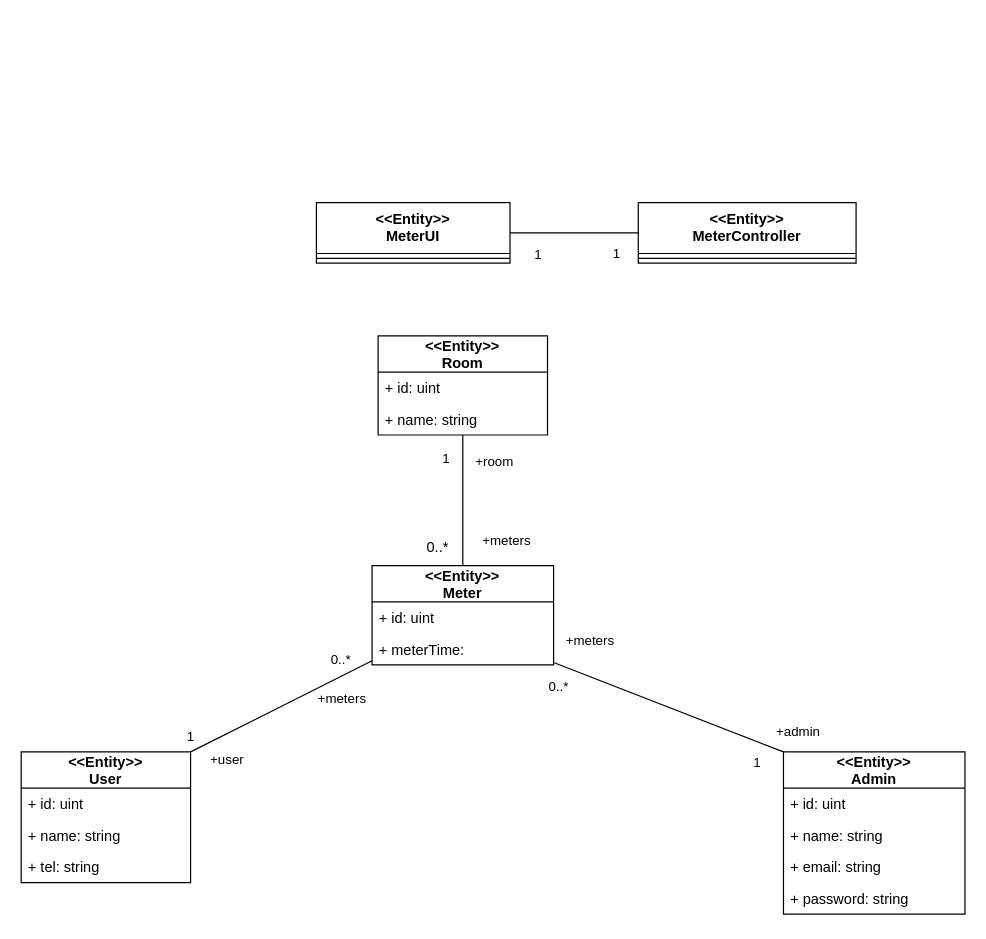
Before: page "Classmeter" (8 of 12) of SE.drawio in nunpromporn/SE, a draw.io diagram. Source tidied: cells renumbered, new cells numbered last; positions are measured from the earlier drawing's top-left corner, leaving out a move shared by most shapes. Both pictures are drawn from the tidied source at 121%, with x=0, y=0 at pixel (21, 202).
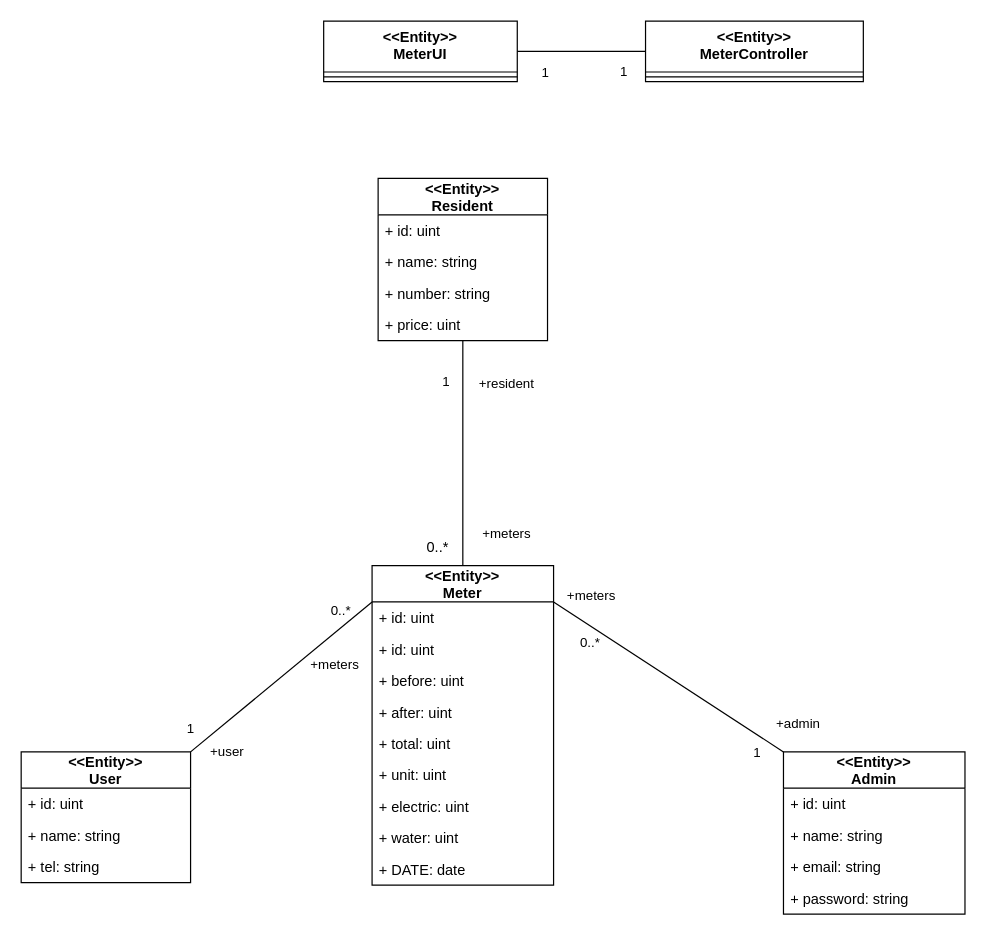
Above is the later version.

Unchanged cells that the change refers to:
```xml
<mxCell id="6" value="&lt;&lt;Entity&gt;&gt;&#10;User" style="swimlane;fontStyle=1;horizontal=1;startSize=30;fillColor=none;" parent="1" vertex="1">
  <mxGeometry y="453.9" width="140" height="108" as="geometry" />
</mxCell>
<mxCell id="13" value="&lt;&lt;Entity&gt;&gt;&#10;Admin" style="swimlane;fontStyle=1;horizontal=1;startSize=30;fillColor=none;" parent="1" vertex="1">
  <mxGeometry x="630" y="453.9" width="150" height="134" as="geometry" />
</mxCell>
<mxCell id="33" value="+ name: string" style="text;strokeColor=none;fillColor=none;align=left;verticalAlign=top;spacingLeft=4;spacingRight=4;overflow=hidden;points=[[0,0.5],[1,0.5]];portConstraint=eastwest;" parent="31" vertex="1">
  <mxGeometry y="56" width="140" height="26" as="geometry" />
</mxCell>
```

The edit, as a diff of the source:
```diff
@@
     <mxCell id="2" value="&lt;&lt;Entity&gt;&gt;&#10;MeterUI" style="swimlane;fontStyle=1;align=center;verticalAlign=top;horizontal=1;startSize=42;" parent="1" vertex="1">
-      <mxGeometry x="244" width="160" height="50" as="geometry" />
+      <mxGeometry x="250" y="-150" width="160" height="50" as="geometry" />
     </mxCell>
@@
     <mxCell id="4" value="&lt;&lt;Entity&gt;&gt;&#10;MeterController" style="swimlane;fontStyle=1;align=center;verticalAlign=top;horizontal=1;startSize=42;" parent="1" vertex="1">
-      <mxGeometry x="510" width="180" height="50" as="geometry" />
+      <mxGeometry x="516" y="-150" width="180" height="50" as="geometry" />
     </mxCell>
@@
     <mxCell id="10" value="&lt;&lt;Entity&gt;&gt;&#10;Meter" style="swimlane;fontStyle=1;horizontal=1;startSize=30;fillColor=none;" parent="1" vertex="1">
-      <mxGeometry x="290" y="300" width="150" height="82" as="geometry" />
+      <mxGeometry x="290" y="300" width="150" height="264" as="geometry" />
     </mxCell>
@@
+    <mxCell id="39" value="+ id: uint" style="text;strokeColor=none;fillColor=none;align=left;verticalAlign=top;spacingLeft=4;spacingRight=4;overflow=hidden;" parent="10" vertex="1">
+      <mxGeometry y="56" width="150" height="26" as="geometry" />
+    </mxCell>
-    <mxCell id="12" value="+ meterTime: " style="text;strokeColor=none;fillColor=none;align=left;verticalAlign=top;spacingLeft=4;spacingRight=4;overflow=hidden;" parent="10" vertex="1">
-      <mxGeometry y="56" width="150" height="26" as="geometry" />
+    <mxCell id="12" value="+ before: uint " style="text;strokeColor=none;fillColor=none;align=left;verticalAlign=top;spacingLeft=4;spacingRight=4;overflow=hidden;" parent="10" vertex="1">
+      <mxGeometry y="82" width="150" height="26" as="geometry" />
     </mxCell>
+    <mxCell id="40" value="+ after: uint " style="text;strokeColor=none;fillColor=none;align=left;verticalAlign=top;spacingLeft=4;spacingRight=4;overflow=hidden;" parent="10" vertex="1">
+      <mxGeometry y="108" width="150" height="26" as="geometry" />
+    </mxCell>
+    <mxCell id="41" value="+ total: uint " style="text;strokeColor=none;fillColor=none;align=left;verticalAlign=top;spacingLeft=4;spacingRight=4;overflow=hidden;" parent="10" vertex="1">
+      <mxGeometry y="134" width="150" height="26" as="geometry" />
+    </mxCell>
+    <mxCell id="42" value="+ unit: uint " style="text;strokeColor=none;fillColor=none;align=left;verticalAlign=top;spacingLeft=4;spacingRight=4;overflow=hidden;" parent="10" vertex="1">
+      <mxGeometry y="160" width="150" height="26" as="geometry" />
+    </mxCell>
+    <mxCell id="43" value="+ electric: uint " style="text;strokeColor=none;fillColor=none;align=left;verticalAlign=top;spacingLeft=4;spacingRight=4;overflow=hidden;" parent="10" vertex="1">
+      <mxGeometry y="186" width="150" height="26" as="geometry" />
+    </mxCell>
+    <mxCell id="44" value="+ water: uint " style="text;strokeColor=none;fillColor=none;align=left;verticalAlign=top;spacingLeft=4;spacingRight=4;overflow=hidden;" parent="10" vertex="1">
+      <mxGeometry y="212" width="150" height="26" as="geometry" />
+    </mxCell>
+    <mxCell id="45" value="+ DATE: date" style="text;strokeColor=none;fillColor=none;align=left;verticalAlign=top;spacingLeft=4;spacingRight=4;overflow=hidden;" parent="10" vertex="1">
+      <mxGeometry y="238" width="150" height="26" as="geometry" />
+    </mxCell>
@@
-    <mxCell id="21" style="html=1;endArrow=none;elbow=vertical;rounded=1;exitX=1;exitY=0;exitDx=0;exitDy=0;" parent="1" edge="1" source="6" target="10">
-      <mxGeometry relative="1" as="geometry" />
+    <mxCell id="21" style="html=1;endArrow=none;elbow=vertical;rounded=1;exitX=1;exitY=0;exitDx=0;exitDy=0;" parent="1" edge="1" source="6">
+      <mxGeometry relative="1" as="geometry">
+        <mxPoint x="290" y="330" as="targetPoint" />
+      </mxGeometry>
     </mxCell>
@@
     <mxCell id="25" value="+meters" style="edgeLabel;html=1;align=center;verticalAlign=middle;" parent="21" vertex="1">
       <mxGeometry x="0.67" y="2" relative="1" as="geometry">
-        <mxPoint y="20" as="offset" />
+        <mxPoint x="-5" y="32" as="offset" />
       </mxGeometry>
     </mxCell>
     <mxCell id="26" style="html=1;endArrow=none;elbow=vertical;rounded=1;entryX=0;entryY=0;entryDx=0;entryDy=0;" parent="1" edge="1" target="13">
       <mxGeometry relative="1" as="geometry">
-        <mxPoint x="440" y="380" as="sourcePoint" />
+        <mxPoint x="440" y="330" as="sourcePoint" />
       </mxGeometry>
     </mxCell>
     <mxCell id="27" value="0..*" style="edgeLabel;html=1;align=center;verticalAlign=middle;" parent="26" vertex="1">
       <mxGeometry x="-0.65" relative="1" as="geometry">
-        <mxPoint x="-30" y="6" as="offset" />
+        <mxPoint x="-4" y="12" as="offset" />
       </mxGeometry>
     </mxCell>
@@
-    <mxCell id="31" value="&lt;&lt;Entity&gt;&gt;&#10;Room" style="swimlane;fontStyle=1;horizontal=1;startSize=30;fillColor=none;" parent="1" vertex="1">
-      <mxGeometry x="295" y="110" width="140" height="82" as="geometry" />
+    <mxCell id="31" value="&lt;&lt;Entity&gt;&gt;&#10;Resident" style="swimlane;fontStyle=1;horizontal=1;startSize=30;fillColor=none;" parent="1" vertex="1">
+      <mxGeometry x="295" y="-20" width="140" height="134" as="geometry" />
     </mxCell>
@@
+    <mxCell id="46" value="+ number: string" style="text;strokeColor=none;fillColor=none;align=left;verticalAlign=top;spacingLeft=4;spacingRight=4;overflow=hidden;" parent="31" vertex="1">
+      <mxGeometry y="82" width="140" height="26" as="geometry" />
+    </mxCell>
+    <mxCell id="47" value="+ price: uint" style="text;strokeColor=none;fillColor=none;align=left;verticalAlign=top;spacingLeft=4;spacingRight=4;overflow=hidden;points=[[0,0.5],[1,0.5]];portConstraint=eastwest;" parent="31" vertex="1">
+      <mxGeometry y="108" width="140" height="26" as="geometry" />
+    </mxCell>
-    <mxCell id="34" style="html=1;endArrow=none;elbow=vertical;rounded=1;exitX=0.5;exitY=0;exitDx=0;exitDy=0;" parent="1" edge="1" source="10" target="33">
+    <mxCell id="34" style="html=1;endArrow=none;elbow=vertical;rounded=1;exitX=0.5;exitY=0;exitDx=0;exitDy=0;" parent="1" edge="1" source="10" target="47">
       <mxGeometry relative="1" as="geometry" />
     </mxCell>
@@
-    <mxCell id="37" value="+room" style="edgeLabel;html=1;align=center;verticalAlign=middle;" parent="34" vertex="1">
+    <mxCell id="37" value="+resident" style="edgeLabel;html=1;align=center;verticalAlign=middle;" parent="34" vertex="1">
       <mxGeometry x="0.62" y="1" relative="1" as="geometry">
-        <mxPoint x="26" as="offset" />
+        <mxPoint x="36" as="offset" />
       </mxGeometry>
     </mxCell>
```
